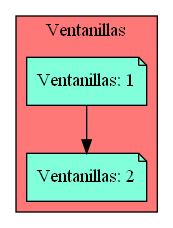
Above: Simple_Windows.png in Serch-ING/EDD_UDRAWING_202000119 (Graphviz), before the change. Its source is kept beside it as Simple_Windows.dot. The source it was exported from:
```dot
digraph L {
node[shape=note fillcolor="#A181FF" style =filled]
subgraph cluster_p{
    label= " Ventanillas "
    bgcolor = "#FF7878"
Nodo1661081225[label="Ventanillas: 1",fillcolor="#81FFDA",group=1]
Nodo1882554559[label="Ventanillas: 2",fillcolor="#81FFDA",group=2]

Nodo1661081225 -> Nodo1882554559

{rank=same;Nodo1661081225}
{rank=same;Nodo1882554559}}}
```
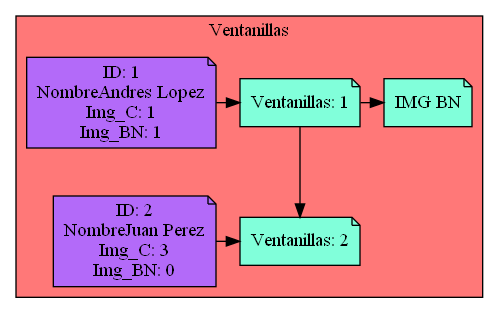
Above is the later version.

Change to the diagram source:
```diff
@@ -3,10 +3,24 @@
 subgraph cluster_p{
     label= " Ventanillas "
     bgcolor = "#FF7878"
-Nodo1661081225[label="Ventanillas: 1",fillcolor="#81FFDA",group=1]
-Nodo1882554559[label="Ventanillas: 2",fillcolor="#81FFDA",group=2]
+Nodo1882554559[label="Ventanillas: 1",fillcolor="#81FFDA",group=1]
+Nodo1049817027[label="Ventanillas: 2",fillcolor="#81FFDA",group=2]
 
-Nodo1661081225 -> Nodo1882554559
+Nodo1882554559 -> Nodo1049817027
 
-{rank=same;Nodo1661081225}
-{rank=same;Nodo1882554559}}}
+Cliente644345897[label="ID: 1
+NombreAndres Lopez
+Img_C: 1
+Img_BN: 1",fillcolor="#B36AF9",group=1]
+Cliente644345897-> Nodo1882554559
+Nodo1472682156[label="IMG BN",fillcolor="#81FFDA"]
+
+Nodo1882554559 -> Nodo1472682156
+
+{rank=same;Nodo1882554559,Cliente644345897,Nodo1472682156}
+Cliente178049969[label="ID: 2
+NombreJuan Perez
+Img_C: 3
+Img_BN: 0",fillcolor="#B36AF9",group=2]
+Cliente178049969-> Nodo1049817027
+{rank=same;Nodo1049817027,Cliente178049969}}}
```
